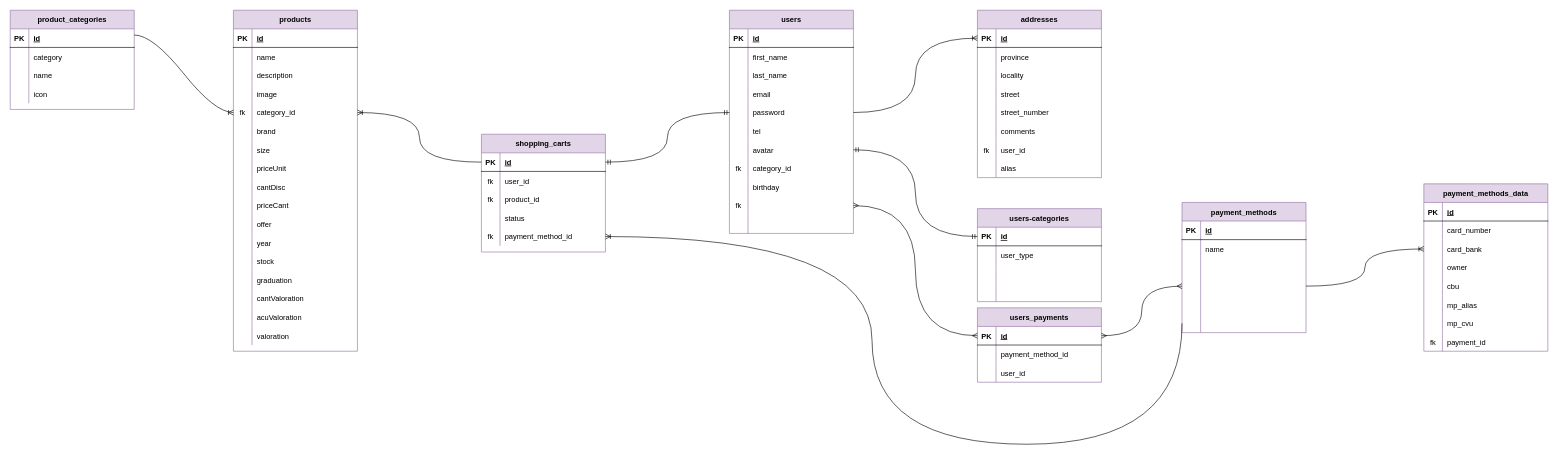
Earlier version of the draw.io diagram varios/Diagrama BD Let-Bar.drawio (LucasNF22/Let-Bar). Source tidied: cells renumbered, new cells numbered last; positions are measured from the earlier drawing's top-left corner, leaving out a move shared by most shapes. Both pictures are drawn from the tidied source at 62%, with x=0, y=0 at pixel (10, 10).
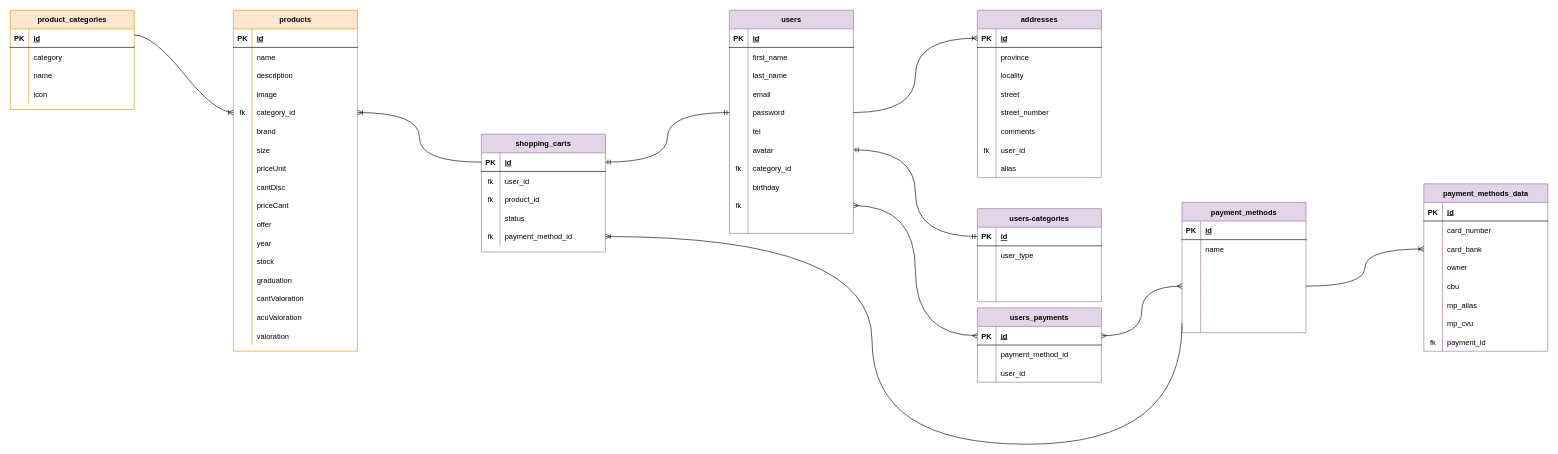
The same page after the edit.

The edit, as a diff of the source:
```diff
@@
-    <mxCell id="2" value="products" style="shape=table;startSize=30;childLayout=tableLayout;rowLines=0;fontStyle=1;align=center;fillColor=#e1d5e7;strokeColor=#9673a6;" parent="1" vertex="1">
+    <mxCell id="2" value="products" style="shape=table;startSize=30;childLayout=tableLayout;rowLines=0;fontStyle=1;align=center;fillColor=#ffe6cc;strokeColor=#d79b00;" parent="1" vertex="1">
       <mxGeometry x="360" width="200" height="550" as="geometry" />
     </mxCell>
@@
-    <mxCell id="153" value="product_categories" style="shape=table;startSize=30;childLayout=tableLayout;rowLines=0;fontStyle=1;align=center;fillColor=#e1d5e7;strokeColor=#9673a6;" parent="1" vertex="1">
+    <mxCell id="153" value="product_categories" style="shape=table;startSize=30;childLayout=tableLayout;rowLines=0;fontStyle=1;align=center;fillColor=#ffe6cc;strokeColor=#d79b00;" parent="1" vertex="1">
       <mxGeometry width="200" height="160" as="geometry" />
     </mxCell>
```
